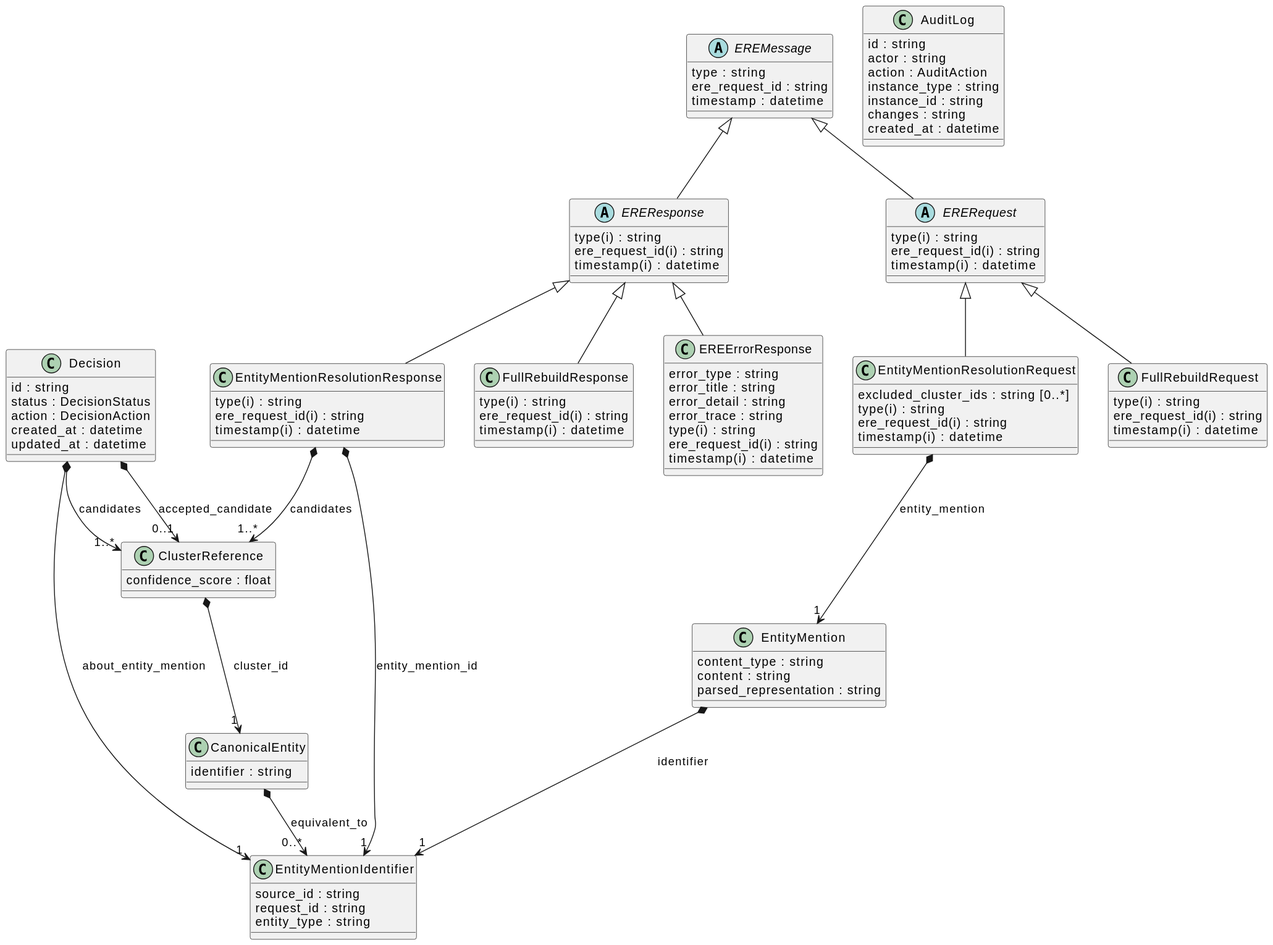
The PlantUML diagram docs/schema/EreServiceSchema.svg in meaningfy-ws/entity-resolution-spec, before a commit.
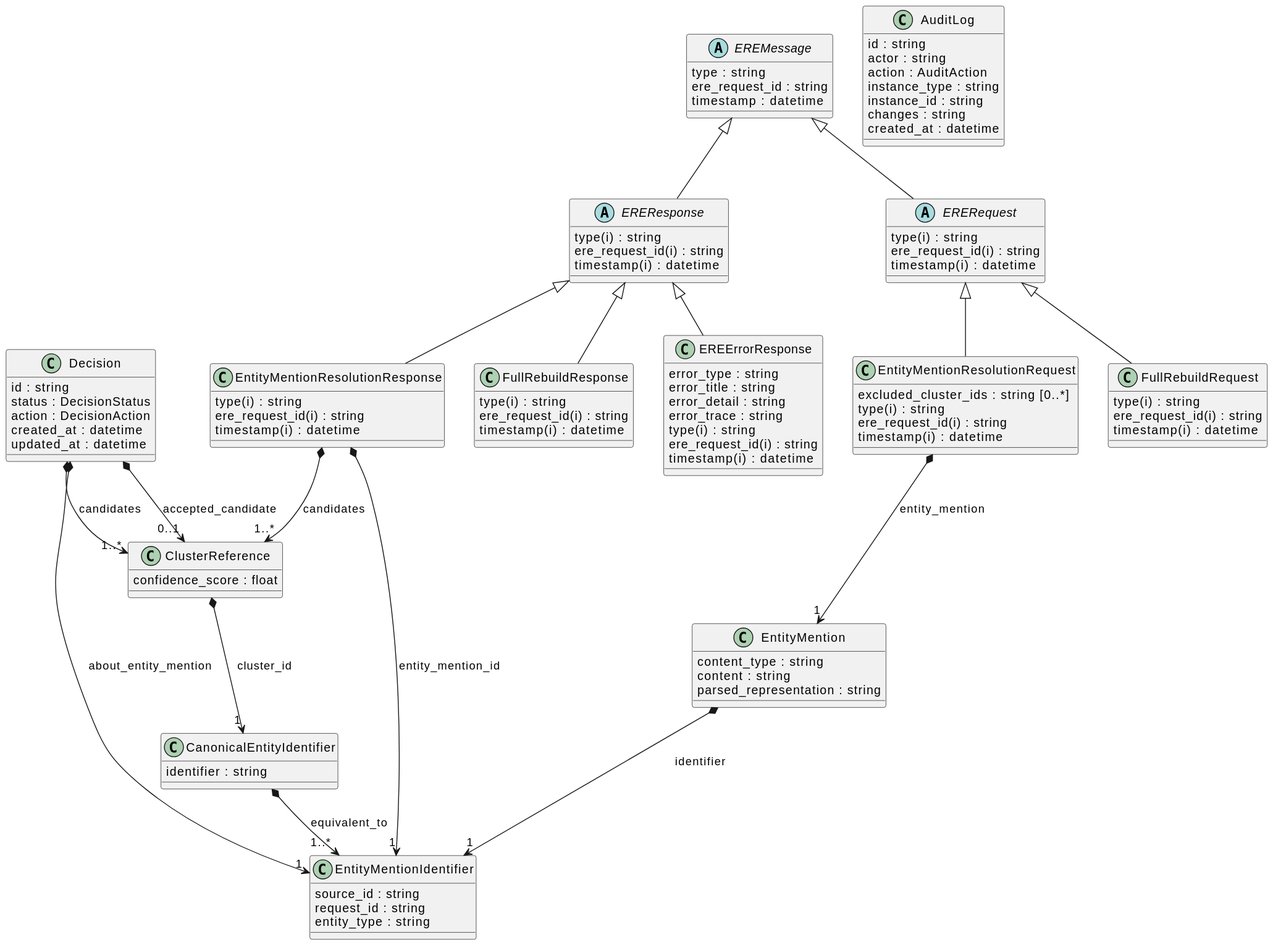
The same file after the commit.

Change to the diagram source:
```diff
@@ -1,5 +1,5 @@
 @startuml
-class "CanonicalEntity" [[{A logical identity construct providing a stable identity anchor.}]] {
+class "CanonicalEntityIdentifier" [[{A logical identity construct providing a stable identity anchor.}]] {
     {field} identifier : string
 }
 class "EntityMentionIdentifier" [[{A container that groups the attributes needed to identify an entity mention in a resolution request}]] {
@@ -24,7 +24,7 @@
     {field} content : string
     {field} parsed_representation : string
 }
-"CanonicalEntity" *--> "0..*" "EntityMentionIdentifier" : "equivalent_to"
+"CanonicalEntityIdentifier" *--> "1..*" "EntityMentionIdentifier" : "equivalent_to"
 "Decision" *--> "1" "EntityMentionIdentifier" : "about_entity_mention"
 "EntityMentionResolutionResponse" *--> "1" "EntityMentionIdentifier" : "entity_mention_id"
 "EntityMention" *--> "1" "EntityMentionIdentifier" : "identifier"
@@ -82,7 +82,7 @@
 "EREMessage" ^-- "ERERequest"
 "Decision" *--> "1..*" "ClusterReference" : "candidates"
 "Decision" *--> "0..1" "ClusterReference" : "accepted_candidate"
-"ClusterReference" *--> "1" "CanonicalEntity" : "cluster_id"
+"ClusterReference" *--> "1" "CanonicalEntityIdentifier" : "cluster_id"
 class "AuditLog" [[{Audit trail entry for curation actions}]] {
     {field} id : string
     {field} actor : string
```
